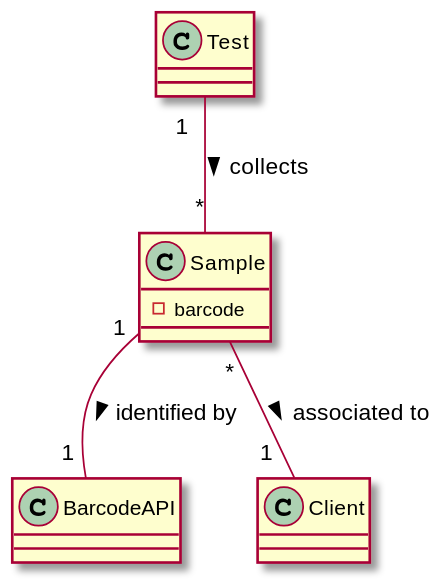
Above: docs/SprintC/US5/US5_DM.svg in MadDinosaur/ISEP-LAPR2 (PlantUML), before the change.
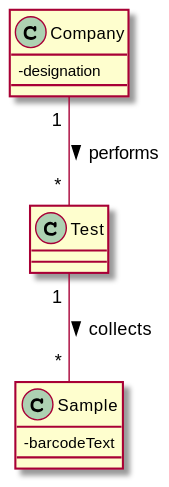
After the change.

What changed in the source:
```diff
@@ -1,14 +1,16 @@
 @startuml
 
+skinparam classAttributeIconSize 0
+
+class Company {
+-designation
+}
 class Sample {
--barcode
+-barcodeText
 }
-class BarcodeAPI
-class Client
 class Test
 
-Sample "1"--"1 " BarcodeAPI : identified by >
-Sample "*"--"1  " Client : associated to >
-Test "1  "--"*" Sample : collects >
+Company " 1 "--" * " Test : performs >
+Test "1 "--" * " Sample : collects >
 
 @enduml
```
